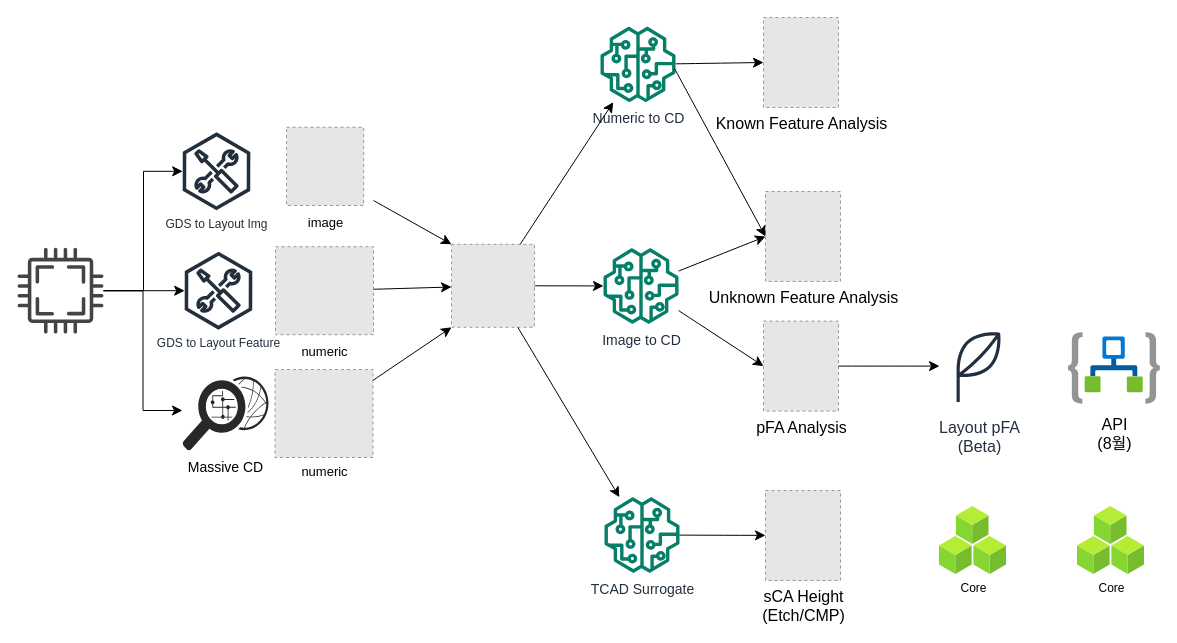
with2say/swarchitect keeps this draw.io diagram as page "페이지-2" (2 of 4) of DFM.drawio.xml. Above is the earlier version. Source tidied: cells renumbered, new cells numbered last; positions are measured from the earlier drawing's top-left corner, leaving out a move shared by most shapes. Both pictures are drawn from the tidied source at 100%, with x=0, y=0 at pixel (17, 17). Pictures stored in the file or linked from it are replaced by grey dashed boxes.
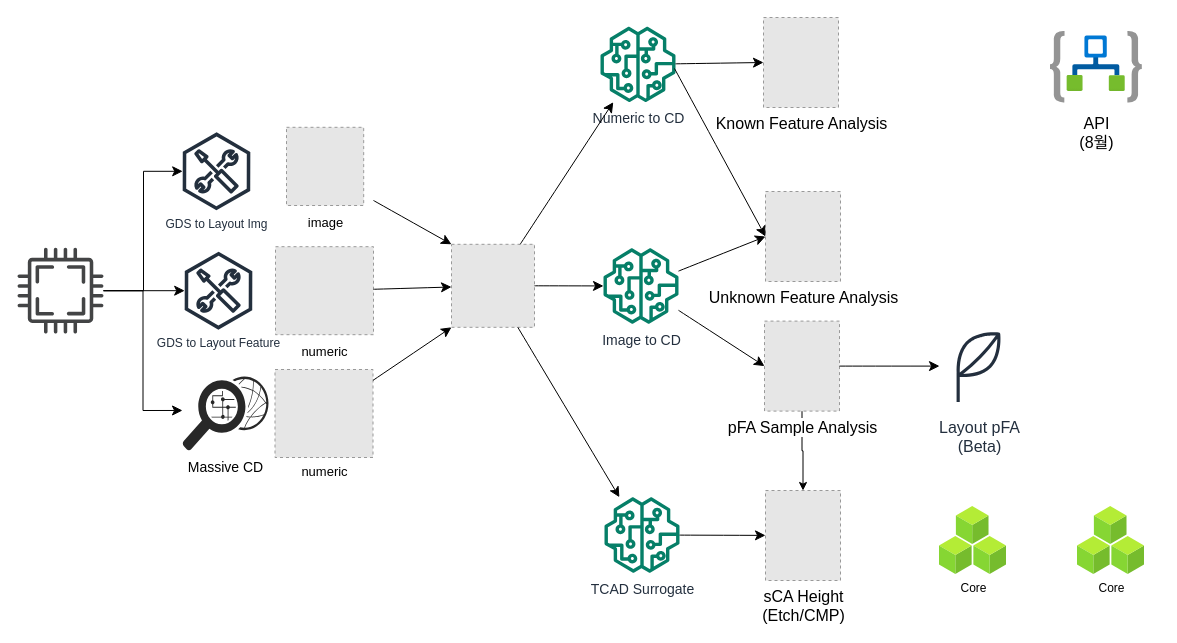
The same diagram, later.

Unchanged cells that the change refers to:
```xml
<mxCell id="12" value="sCA Height&lt;br&gt;(Etch/CMP)" style="fillColor=#E6E6E6;strokeColor=#999999;dashed=1;html=1;verticalLabelPosition=bottom;labelBackgroundColor=#ffffff;verticalAlign=top;fontSize=16;" parent="1" vertex="1">
  <mxGeometry x="748" y="473" width="75" height="90" as="geometry" />
</mxCell>
```

Diff of the diagram source:
```diff
@@
+    <mxCell id="36" style="edgeStyle=orthogonalEdgeStyle;rounded=0;jettySize=auto;html=1;" parent="1" edge="1" source="24" target="12">
+      <mxGeometry relative="1" as="geometry" />
+    </mxCell>
-    <mxCell id="24" value="pFA Analysis" style="fillColor=#E6E6E6;strokeColor=#999999;dashed=1;html=1;verticalLabelPosition=bottom;labelBackgroundColor=#ffffff;verticalAlign=top;fontSize=16;" parent="1" vertex="1">
-      <mxGeometry x="746" y="303.6" width="75" height="90" as="geometry" />
+    <mxCell id="24" value="pFA Sample Analysis" style="fillColor=#E6E6E6;strokeColor=#999999;dashed=1;html=1;verticalLabelPosition=bottom;labelBackgroundColor=#ffffff;verticalAlign=top;fontSize=16;" parent="1" vertex="1">
+      <mxGeometry x="747" y="303.6" width="75" height="90" as="geometry" />
     </mxCell>
     <mxCell id="25" value="&lt;font style=&quot;font-size: 16px;&quot;&gt;API&lt;br&gt;(8월)&lt;/font&gt;" style="image;html=1;align=center;fontSize=12;image=img/lib/azure2/iot/Logic_Apps.svg;" parent="1" vertex="1">
-      <mxGeometry x="1051" y="310.6" width="91.9" height="80.6" as="geometry" />
+      <mxGeometry x="1033" y="9.4" width="91.9" height="80.6" as="geometry" />
     </mxCell>
```
